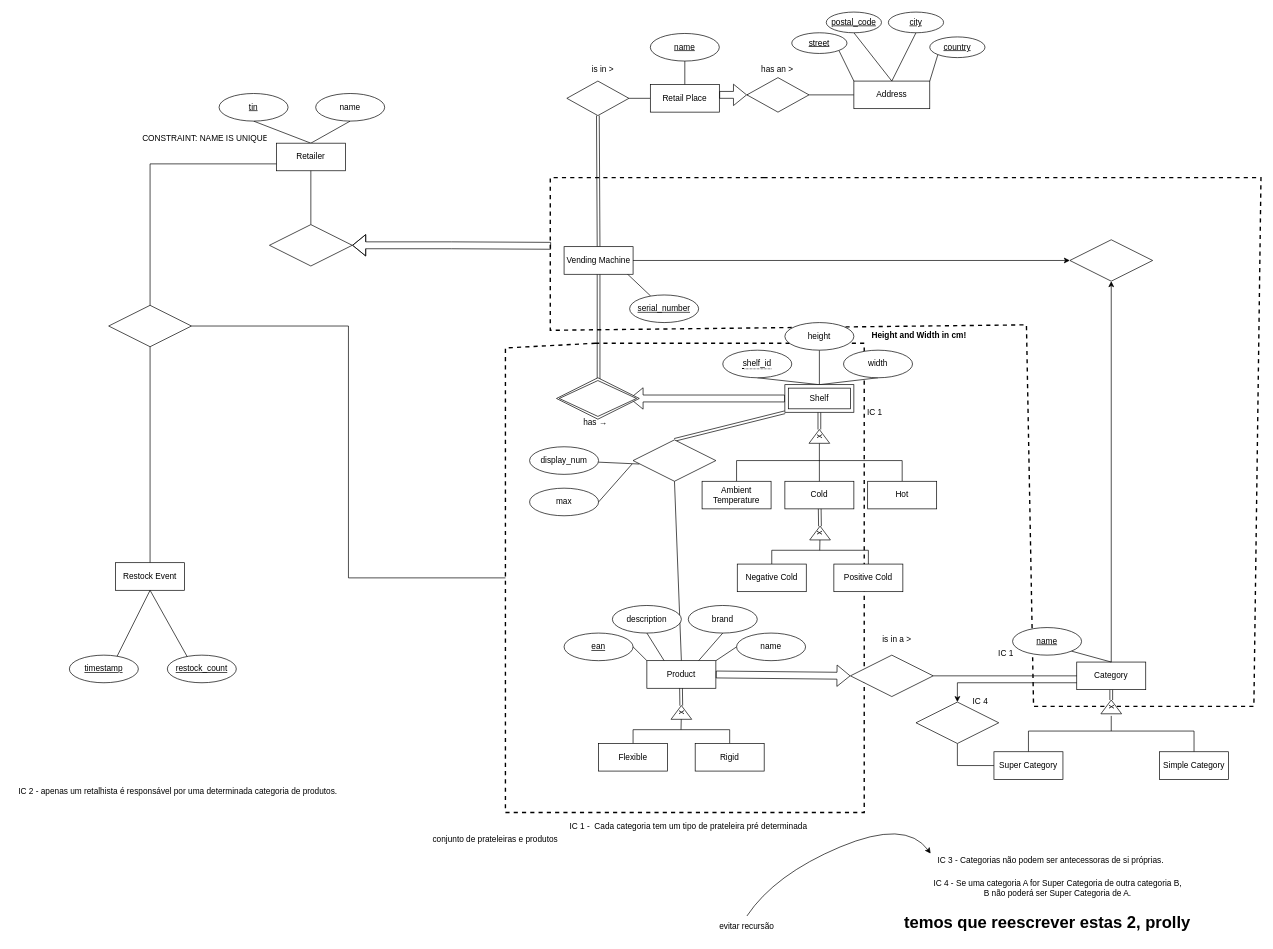
diogotcorreia/vending-machines-bd keeps this draw.io diagram as domain/diagrama.drawio. Above is the earlier version. Source tidied: cells renumbered, new cells numbered last; positions are measured from the earlier drawing's top-left corner, leaving out a move shared by most shapes. Both pictures are drawn from the tidied source at 69%, with x=0, y=0 at pixel (12, 12).
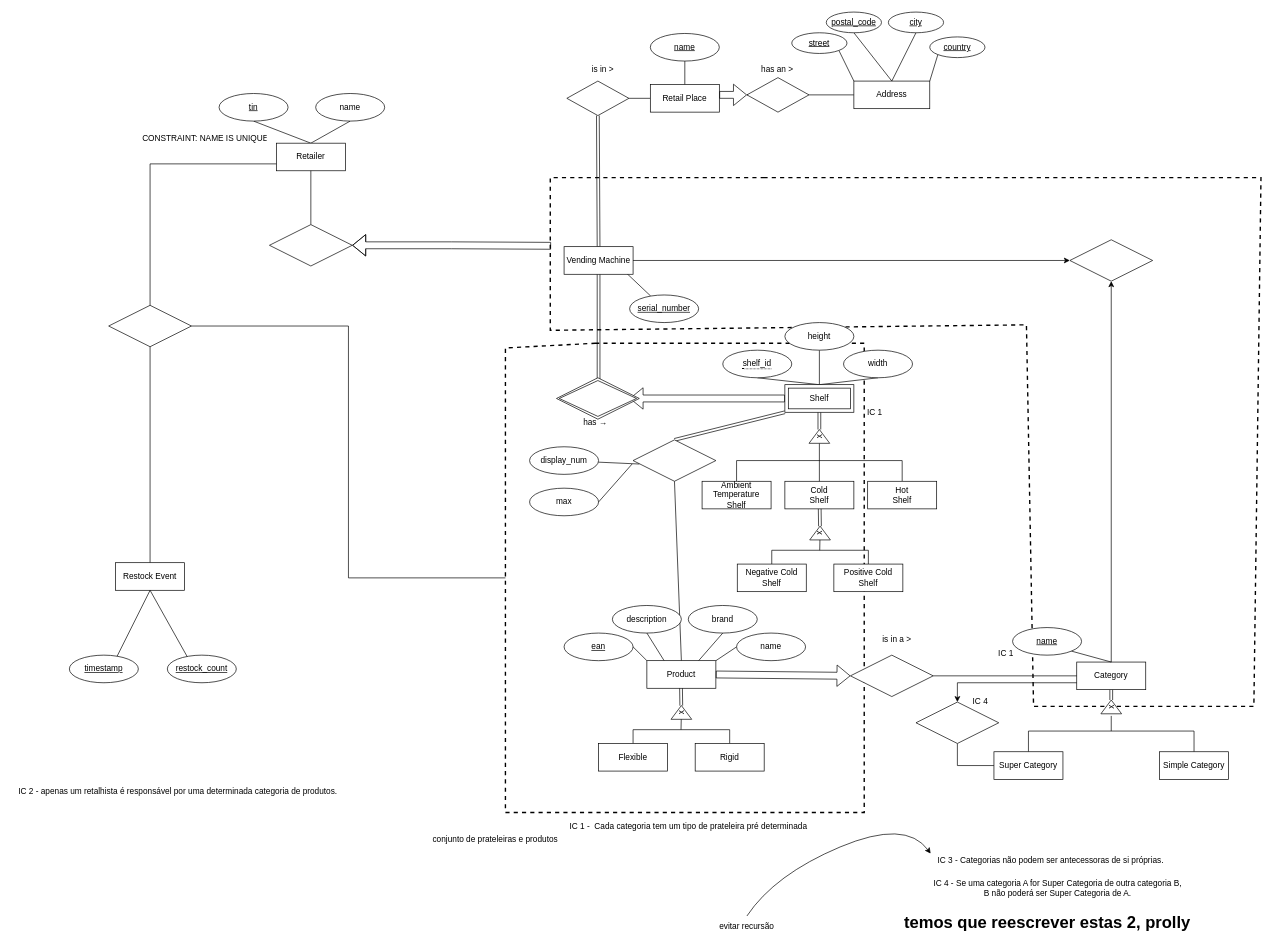
Above is the later version.

Commit message:
Rename shelf specializations (for clarity), remove height and width cm indications

Change to the diagram source:
```diff
@@
-    <mxCell id="40" value="Height and Width in cm!" style="text;strokeColor=none;fillColor=none;spacingLeft=4;spacingRight=4;overflow=hidden;fontSize=12;rounded=0;fontStyle=1;" parent="1" vertex="1">
-      <mxGeometry x="1240" y="455" width="160" height="30" as="geometry" />
-    </mxCell>
@@
-    <mxCell id="42" value="Ambient Temperature" style="whiteSpace=wrap;html=1;align=center;rounded=0;" parent="1" vertex="1">
+    <mxCell id="42" value="Ambient Temperature Shelf" style="whiteSpace=wrap;html=1;align=center;rounded=0;" parent="1" vertex="1">
       <mxGeometry x="1000" y="680" width="100" height="40" as="geometry" />
     </mxCell>
@@
-    <mxCell id="44" value="Cold" style="whiteSpace=wrap;html=1;align=center;rounded=0;" parent="1" vertex="1">
+    <mxCell id="44" value="Cold&lt;br&gt;Shelf" style="whiteSpace=wrap;html=1;align=center;rounded=0;" parent="1" vertex="1">
       <mxGeometry x="1120" y="680" width="100" height="40" as="geometry" />
     </mxCell>
@@
-    <mxCell id="46" value="Hot" style="whiteSpace=wrap;html=1;align=center;rounded=0;" parent="1" vertex="1">
+    <mxCell id="46" value="Hot&lt;br&gt;Shelf" style="whiteSpace=wrap;html=1;align=center;rounded=0;" parent="1" vertex="1">
       <mxGeometry x="1240" y="680" width="100" height="40" as="geometry" />
     </mxCell>
@@
-    <mxCell id="51" value="Negative Cold" style="whiteSpace=wrap;html=1;align=center;rounded=0;" parent="1" vertex="1">
+    <mxCell id="51" value="Negative Cold&lt;br&gt;Shelf" style="whiteSpace=wrap;html=1;align=center;rounded=0;" parent="1" vertex="1">
       <mxGeometry x="1051" y="800" width="100" height="40" as="geometry" />
     </mxCell>
@@
-    <mxCell id="53" value="Positive Cold" style="whiteSpace=wrap;html=1;align=center;rounded=0;" parent="1" vertex="1">
+    <mxCell id="53" value="Positive Cold&lt;br&gt;Shelf" style="whiteSpace=wrap;html=1;align=center;rounded=0;" parent="1" vertex="1">
       <mxGeometry x="1191" y="800" width="100" height="40" as="geometry" />
     </mxCell>
```
